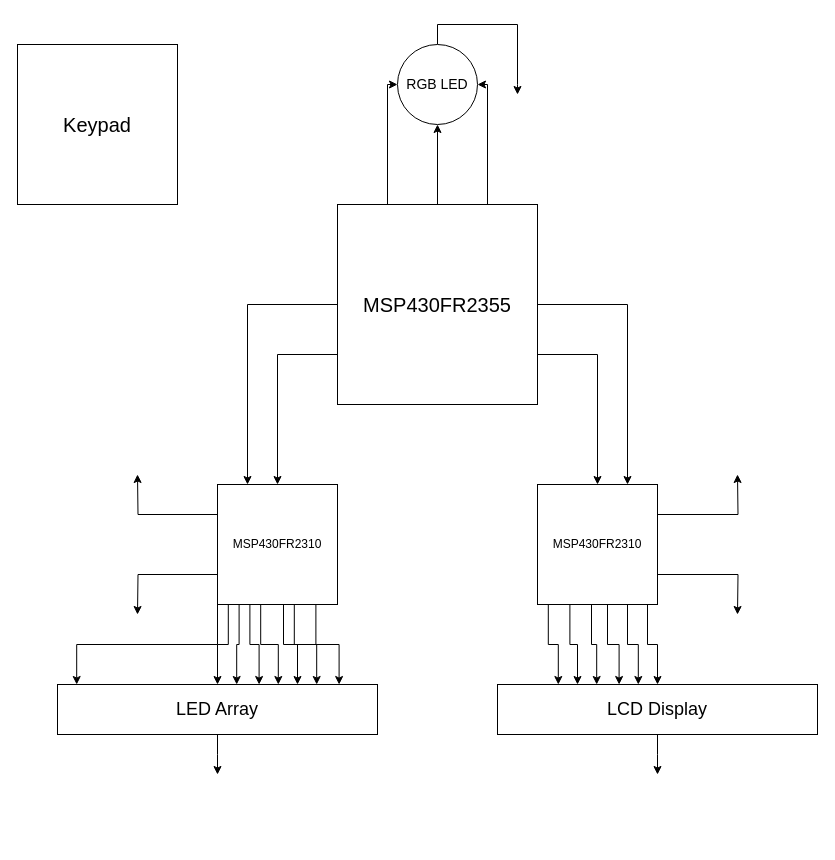
The draw.io diagram docs/Project4_CircuitDiagram.drawio in msu-eele-465/project4-jack-matt, before the edit. Source tidied: cells renumbered, new cells numbered last; positions are measured from the earlier drawing's top-left corner, leaving out a move shared by most shapes. Both pictures are drawn from the tidied source at 100%, with x=0, y=0 at pixel (17, 24).
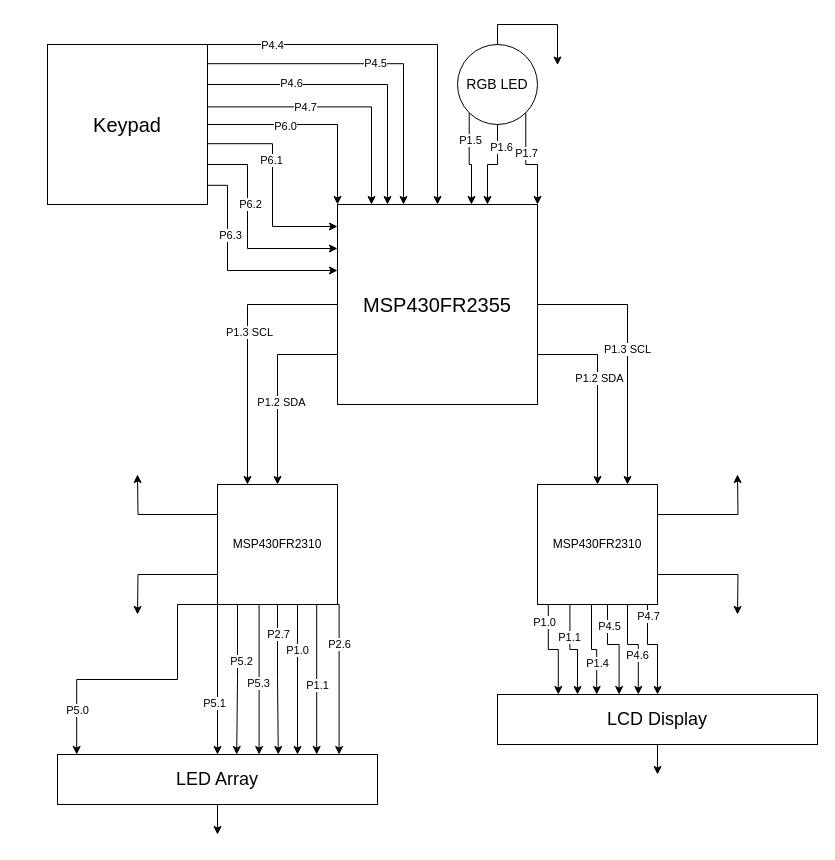
Above is the later version.

Commit message:
Final circuit diagram

The change refers to these unchanged cells:
```xml
<mxCell id="2" style="edgeStyle=orthogonalEdgeStyle;rounded=0;jettySize=auto;html=1;exitX=0;exitY=0.75;exitDx=0;exitDy=0;" parent="1" edge="1" source="9" target="17">
  <mxGeometry relative="1" as="geometry" />
</mxCell>
<mxCell id="3" style="edgeStyle=orthogonalEdgeStyle;rounded=0;jettySize=auto;html=1;exitX=0;exitY=0.5;exitDx=0;exitDy=0;entryX=0.25;entryY=0;entryDx=0;entryDy=0;" parent="1" edge="1" source="9" target="17">
  <mxGeometry relative="1" as="geometry" />
</mxCell>
<mxCell id="4" style="edgeStyle=orthogonalEdgeStyle;rounded=0;jettySize=auto;html=1;exitX=1;exitY=0.75;exitDx=0;exitDy=0;" parent="1" edge="1" source="9" target="13">
  <mxGeometry relative="1" as="geometry" />
</mxCell>
<mxCell id="12" style="edgeStyle=orthogonalEdgeStyle;rounded=0;jettySize=auto;html=1;exitX=0.82;exitY=1;exitDx=0;exitDy=0;exitPerimeter=0;" parent="1" edge="1" source="13" target="19">
  <mxGeometry relative="1" as="geometry">
    <Array as="points">
      <mxPoint x="630" y="580" />
      <mxPoint x="630" y="620" />
      <mxPoint x="640" y="620" />
    </Array>
  </mxGeometry>
</mxCell>
<mxCell id="13" value="MSP430FR2310" style="whiteSpace=wrap;html=1;points=[[0,0,0,0,0],[0,0.25,0,0,0],[0,0.5,0,0,0],[0,0.75,0,0,0],[0,1,0,0,0],[0.09,1,0,0,0],[0.18,1,0,0,0],[0.25,0,0,0,0],[0.25,1,0,0,0],[0.27,1,0,0,0],[0.36,1,0,0,0],[0.45,1,0,0,0],[0.5,0,0,0,0],[0.5,1,0,0,0],[0.55,1,0,0,0],[0.64,1,0,0,0],[0.73,1,0,0,0],[0.75,0,0,0,0],[0.75,1,0,0,0],[0.82,1,0,0,0],[0.91,1,0,0,0],[1,0,0,0,0],[1,0.25,0,0,0],[1,0.5,0,0,0],[1,0.75,0,0,0],[1,1,0,0,0]];" parent="1" vertex="1">
  <mxGeometry x="520" y="460" width="120" height="120" as="geometry" />
</mxCell>
<mxCell id="17" value="MSP430FR2310" style="whiteSpace=wrap;html=1;points=[[0,0,0,0,0],[0,0.25,0,0,0],[0,0.5,0,0,0],[0,0.75,0,0,0],[0,1,0,0,0],[0.09,1,0,0,0],[0.18,1,0,0,0],[0.25,0,0,0,0],[0.25,1,0,0,0],[0.27,1,0,0,0],[0.36,1,0,0,0],[0.45,1,0,0,0],[0.5,0,0,0,0],[0.5,1,0,0,0],[0.55,1,0,0,0],[0.64,1,0,0,0],[0.73,1,0,0,0],[0.75,0,0,0,0],[0.75,1,0,0,0],[0.82,1,0,0,0],[0.91,1,0,0,0],[1,0,0,0,0],[1,0.25,0,0,0],[1,0.5,0,0,0],[1,0.75,0,0,0],[1,1,0,0,0]];" parent="1" vertex="1">
  <mxGeometry x="200" y="460" width="120" height="120" as="geometry" />
</mxCell>
<mxCell id="24" style="edgeStyle=orthogonalEdgeStyle;rounded=0;jettySize=auto;html=1;exitX=0.09;exitY=1;exitDx=0;exitDy=0;exitPerimeter=0;entryX=0.19;entryY=0;entryDx=0;entryDy=0;entryPerimeter=0;" parent="1" edge="1" source="13" target="19">
  <mxGeometry relative="1" as="geometry" />
</mxCell>
<mxCell id="25" style="edgeStyle=orthogonalEdgeStyle;rounded=0;jettySize=auto;html=1;exitX=0.27;exitY=1;exitDx=0;exitDy=0;exitPerimeter=0;entryX=0.25;entryY=0;entryDx=0;entryDy=0;entryPerimeter=0;" parent="1" edge="1" source="13" target="19">
  <mxGeometry relative="1" as="geometry" />
</mxCell>
<mxCell id="26" style="edgeStyle=orthogonalEdgeStyle;rounded=0;jettySize=auto;html=1;exitX=0.45;exitY=1;exitDx=0;exitDy=0;exitPerimeter=0;entryX=0.31;entryY=0;entryDx=0;entryDy=0;entryPerimeter=0;" parent="1" edge="1" source="13" target="19">
  <mxGeometry relative="1" as="geometry" />
</mxCell>
<mxCell id="27" style="edgeStyle=orthogonalEdgeStyle;rounded=0;jettySize=auto;html=1;exitX=0.64;exitY=1;exitDx=0;exitDy=0;exitPerimeter=0;entryX=0.38;entryY=0;entryDx=0;entryDy=0;entryPerimeter=0;" parent="1" edge="1" source="13" target="19">
  <mxGeometry relative="1" as="geometry">
    <Array as="points">
      <mxPoint x="590" y="580" />
      <mxPoint x="590" y="620" />
      <mxPoint x="602" y="620" />
    </Array>
  </mxGeometry>
</mxCell>
<mxCell id="28" style="edgeStyle=orthogonalEdgeStyle;rounded=0;jettySize=auto;html=1;exitX=0.73;exitY=1;exitDx=0;exitDy=0;exitPerimeter=0;entryX=0.44;entryY=0;entryDx=0;entryDy=0;entryPerimeter=0;" parent="1" edge="1" source="13" target="19">
  <mxGeometry relative="1" as="geometry">
    <Array as="points">
      <mxPoint x="610" y="580" />
      <mxPoint x="610" y="620" />
      <mxPoint x="621" y="620" />
    </Array>
  </mxGeometry>
</mxCell>
```

Diff of the diagram source:
```diff
@@
+    <mxCell id="37" value="P1.2 SDA" style="edgeLabel;html=1;align=center;verticalAlign=middle;" parent="2" vertex="1">
+      <mxGeometry x="0.13" y="3" relative="1" as="geometry" />
+    </mxCell>
@@
+    <mxCell id="38" value="P1.3 SCL" style="edgeLabel;html=1;align=center;verticalAlign=middle;" parent="3" vertex="1">
+      <mxGeometry x="-0.13" y="1" relative="1" as="geometry" />
+    </mxCell>
@@
+    <mxCell id="39" value="P1.2 SDA" style="edgeLabel;html=1;align=center;verticalAlign=middle;" parent="4" vertex="1">
+      <mxGeometry x="-0.13" y="1" relative="1" as="geometry" />
+    </mxCell>
-    <mxCell id="5" style="edgeStyle=orthogonalEdgeStyle;rounded=0;jettySize=auto;html=1;exitX=1;exitY=0.5;exitDx=0;exitDy=0;entryX=0.75;entryY=0;entryDx=0;entryDy=0;" parent="1" edge="1" source="9" target="13">
+    <mxCell id="5" value="P1.3 SCL" style="edgeStyle=orthogonalEdgeStyle;rounded=0;jettySize=auto;html=1;exitX=1;exitY=0.5;exitDx=0;exitDy=0;entryX=0.75;entryY=0;entryDx=0;entryDy=0;" parent="1" edge="1" source="9" target="13">
       <mxGeometry relative="1" as="geometry" />
     </mxCell>
-    <mxCell id="6" style="edgeStyle=orthogonalEdgeStyle;rounded=0;jettySize=auto;html=1;exitX=0.5;exitY=0;exitDx=0;exitDy=0;entryX=0.5;entryY=1;entryDx=0;entryDy=0;" parent="1" edge="1" source="9" target="21">
-      <mxGeometry relative="1" as="geometry" />
-    </mxCell>
-    <mxCell id="7" style="edgeStyle=orthogonalEdgeStyle;rounded=0;jettySize=auto;html=1;exitX=0.75;exitY=0;exitDx=0;exitDy=0;entryX=1;entryY=0.5;entryDx=0;entryDy=0;" parent="1" edge="1" source="9" target="21">
-      <mxGeometry relative="1" as="geometry">
-        <Array as="points">
-          <mxPoint x="470" y="60" />
-        </Array>
-      </mxGeometry>
-    </mxCell>
-    <mxCell id="8" style="edgeStyle=orthogonalEdgeStyle;rounded=0;jettySize=auto;html=1;exitX=0.25;exitY=0;exitDx=0;exitDy=0;entryX=0;entryY=0.5;entryDx=0;entryDy=0;" parent="1" edge="1" source="9" target="21">
-      <mxGeometry relative="1" as="geometry">
-        <Array as="points">
-          <mxPoint x="370" y="60" />
-        </Array>
-      </mxGeometry>
-    </mxCell>
-    <mxCell id="9" value="&lt;font style=&quot;font-size: 20px;&quot;&gt;MSP430FR2355&lt;/font&gt;" style="whiteSpace=wrap;html=1;" parent="1" vertex="1">
+    <mxCell id="9" value="&lt;font style=&quot;font-size: 20px;&quot;&gt;MSP430FR2355&lt;/font&gt;" style="whiteSpace=wrap;html=1;points=[[0,0,0,0,0],[0,0.11,0,0,0],[0,0.22,0,0,0],[0,0.25,0,0,0],[0,0.33,0,0,0],[0,0.44,0,0,0],[0,0.5,0,0,0],[0,0.56,0,0,0],[0,0.67,0,0,0],[0,0.75,0,0,0],[0,0.78,0,0,0],[0,0.89,0,0,0],[0,1,0,0,0],[0.17,0,0,0,0],[0.25,0,0,0,0],[0.25,1,0,0,0],[0.33,0,0,0,0],[0.5,0,0,0,0],[0.5,1,0,0,0],[0.67,0,0,0,0],[0.75,0,0,0,0],[0.75,1,0,0,0],[0.83,0,0,0,0],[1,0,0,0,0],[1,0.25,0,0,0],[1,0.5,0,0,0],[1,0.75,0,0,0],[1,1,0,0,0]];" parent="1" vertex="1">
       <mxGeometry x="320" y="180" width="200" height="200" as="geometry" />
     </mxCell>
@@
+    <mxCell id="40" value="P4.7" style="edgeLabel;html=1;align=center;verticalAlign=middle;" parent="12" vertex="1">
+      <mxGeometry x="-0.58" relative="1" as="geometry" />
+    </mxCell>
@@
     <mxCell id="16" style="edgeStyle=orthogonalEdgeStyle;rounded=0;jettySize=auto;html=1;exitX=0.09;exitY=1;exitDx=0;exitDy=0;exitPerimeter=0;" parent="1" edge="1" source="17" target="23">
-      <mxGeometry relative="1" as="geometry" />
+      <mxGeometry relative="1" as="geometry">
+        <Array as="points">
+          <mxPoint x="200" y="580" />
+        </Array>
+      </mxGeometry>
     </mxCell>
+    <mxCell id="41" value="P5.1" style="edgeLabel;html=1;align=center;verticalAlign=middle;" parent="16" vertex="1">
+      <mxGeometry x="0.35" y="-4" relative="1" as="geometry" />
+    </mxCell>
@@
     <mxCell id="19" value="&lt;font style=&quot;font-size: 18px;&quot;&gt;LCD Display&lt;/font&gt;" style="rounded=0;whiteSpace=wrap;html=1;points=[[0,0,0,0,0],[0,0.25,0,0,0],[0,0.5,0,0,0],[0,0.75,0,0,0],[0,1,0,0,0],[0.06,0,0,0,0],[0.13,0,0,0,0],[0.19,0,0,0,0],[0.25,0,0,0,0],[0.25,1,0,0,0],[0.31,0,0,0,0],[0.38,0,0,0,0],[0.44,0,0,0,0],[0.5,0,0,0,0],[0.5,1,0,0,0],[0.56,0,0,0,0],[0.63,0,0,0,0],[0.69,0,0,0,0],[0.75,0,0,0,0],[0.75,1,0,0,0],[0.81,0,0,0,0],[0.88,0,0,0,0],[0.94,0,0,0,0],[1,0,0,0,0],[1,0.25,0,0,0],[1,0.5,0,0,0],[1,0.75,0,0,0],[1,1,0,0,0]];" parent="1" vertex="1">
-      <mxGeometry x="480" y="660" width="320" height="50" as="geometry" />
+      <mxGeometry x="480" y="670" width="320" height="50" as="geometry" />
     </mxCell>
-    <mxCell id="20" style="edgeStyle=orthogonalEdgeStyle;rounded=0;jettySize=auto;html=1;exitX=0.5;exitY=0;exitDx=0;exitDy=0;" parent="1" edge="1" source="21">
-      <mxGeometry relative="1" as="geometry">
-        <mxPoint x="500" y="70" as="targetPoint" />
-        <Array as="points">
-          <mxPoint x="420" />
-          <mxPoint x="500" />
-          <mxPoint x="500" y="60" />
-        </Array>
-      </mxGeometry>
-    </mxCell>
+    <mxCell id="42" style="edgeStyle=orthogonalEdgeStyle;rounded=0;jettySize=auto;html=1;exitX=0.5;exitY=0;exitDx=0;exitDy=0;" parent="1" edge="1" source="21">
+      <mxGeometry relative="1" as="geometry">
+        <mxPoint x="540" y="40" as="targetPoint" />
+      </mxGeometry>
+    </mxCell>
     <mxCell id="21" value="&lt;font style=&quot;font-size: 14px;&quot;&gt;RGB LED&lt;/font&gt;" style="ellipse;whiteSpace=wrap;html=1;" parent="1" vertex="1">
-      <mxGeometry x="380" y="20" width="80" height="80" as="geometry" />
+      <mxGeometry x="440" y="20" width="80" height="80" as="geometry" />
     </mxCell>
@@
+    <mxCell id="43" style="edgeStyle=orthogonalEdgeStyle;rounded=0;jettySize=auto;html=1;exitX=0.5;exitY=1;exitDx=0;exitDy=0;exitPerimeter=0;" parent="1" edge="1" source="23">
+      <mxGeometry relative="1" as="geometry">
+        <mxPoint x="200" y="810" as="targetPoint" />
+      </mxGeometry>
+    </mxCell>
     <mxCell id="23" value="&lt;font style=&quot;font-size: 18px;&quot;&gt;LED Array&lt;/font&gt;" style="rounded=0;whiteSpace=wrap;html=1;points=[[0,0,0,0,0],[0,0.25,0,0,0],[0,0.5,0,0,0],[0,0.75,0,0,0],[0,1,0,0,0],[0.06,0,0,0,0],[0.13,0,0,0,0],[0.19,0,0,0,0],[0.25,0,0,0,0],[0.25,1,0,0,0],[0.31,0,0,0,0],[0.38,0,0,0,0],[0.44,0,0,0,0],[0.5,0,0,0,0],[0.5,1,0,0,0],[0.56,0,0,0,0],[0.63,0,0,0,0],[0.69,0,0,0,0],[0.75,0,0,0,0],[0.75,1,0,0,0],[0.81,0,0,0,0],[0.88,0,0,0,0],[0.94,0,0,0,0],[1,0,0,0,0],[1,0.25,0,0,0],[1,0.5,0,0,0],[1,0.75,0,0,0],[1,1,0,0,0]];" parent="1" vertex="1">
-      <mxGeometry x="40" y="660" width="320" height="50" as="geometry" />
+      <mxGeometry x="40" y="730" width="320" height="50" as="geometry" />
     </mxCell>
@@
+    <mxCell id="44" value="P1.0" style="edgeLabel;html=1;align=center;verticalAlign=middle;" parent="24" vertex="1">
+      <mxGeometry x="-0.66" y="-4" relative="1" as="geometry" />
+    </mxCell>
@@
+    <mxCell id="45" value="P1.1" style="edgeLabel;html=1;align=center;verticalAlign=middle;" parent="25" vertex="1">
+      <mxGeometry x="-0.34" y="-1" relative="1" as="geometry" />
+    </mxCell>
@@
+    <mxCell id="46" value="P1.4" style="edgeLabel;html=1;align=center;verticalAlign=middle;" parent="26" vertex="1">
+      <mxGeometry x="0.35" relative="1" as="geometry" />
+    </mxCell>
@@
+    <mxCell id="47" value="P4.5" style="edgeLabel;html=1;align=center;verticalAlign=middle;" parent="27" vertex="1">
+      <mxGeometry x="-0.49" y="1" relative="1" as="geometry" />
+    </mxCell>
@@
+    <mxCell id="48" value="P4.6" style="edgeLabel;html=1;align=center;verticalAlign=middle;" parent="28" vertex="1">
+      <mxGeometry x="0.24" y="-1" relative="1" as="geometry" />
+    </mxCell>
     <mxCell id="29" style="edgeStyle=orthogonalEdgeStyle;rounded=0;jettySize=auto;html=1;exitX=0;exitY=1;exitDx=0;exitDy=0;exitPerimeter=0;entryX=0.06;entryY=0;entryDx=0;entryDy=0;entryPerimeter=0;" parent="1" edge="1" source="17" target="23">
-      <mxGeometry relative="1" as="geometry" />
+      <mxGeometry relative="1" as="geometry">
+        <Array as="points">
+          <mxPoint x="160" y="580" />
+          <mxPoint x="160" y="655" />
+          <mxPoint x="59" y="655" />
+        </Array>
+      </mxGeometry>
     </mxCell>
+    <mxCell id="49" value="P5.0" style="edgeLabel;html=1;align=center;verticalAlign=middle;" parent="29" vertex="1">
+      <mxGeometry x="0.69" relative="1" as="geometry" />
+    </mxCell>
     <mxCell id="30" style="edgeStyle=orthogonalEdgeStyle;rounded=0;jettySize=auto;html=1;exitX=0.18;exitY=1;exitDx=0;exitDy=0;exitPerimeter=0;entryX=0.56;entryY=0;entryDx=0;entryDy=0;entryPerimeter=0;" parent="1" edge="1" source="17" target="23">
-      <mxGeometry relative="1" as="geometry" />
+      <mxGeometry relative="1" as="geometry">
+        <Array as="points">
+          <mxPoint x="220" y="580" />
+          <mxPoint x="220" y="655" />
+        </Array>
+      </mxGeometry>
     </mxCell>
+    <mxCell id="50" value="P5.2" style="edgeLabel;html=1;align=center;verticalAlign=middle;" parent="30" vertex="1">
+      <mxGeometry x="-0.24" y="3" relative="1" as="geometry" />
+    </mxCell>
     <mxCell id="31" style="edgeStyle=orthogonalEdgeStyle;rounded=0;jettySize=auto;html=1;exitX=0.27;exitY=1;exitDx=0;exitDy=0;exitPerimeter=0;entryX=0.63;entryY=0;entryDx=0;entryDy=0;entryPerimeter=0;" parent="1" edge="1" source="17" target="23">
-      <mxGeometry relative="1" as="geometry" />
+      <mxGeometry relative="1" as="geometry">
+        <Array as="points">
+          <mxPoint x="242" y="580" />
+        </Array>
+      </mxGeometry>
     </mxCell>
+    <mxCell id="51" value="P5.3" style="edgeLabel;html=1;align=center;verticalAlign=middle;" parent="31" vertex="1">
+      <mxGeometry x="0.11" y="-1" relative="1" as="geometry" />
+    </mxCell>
     <mxCell id="32" style="edgeStyle=orthogonalEdgeStyle;rounded=0;jettySize=auto;html=1;exitX=0.36;exitY=1;exitDx=0;exitDy=0;exitPerimeter=0;entryX=0.69;entryY=0;entryDx=0;entryDy=0;entryPerimeter=0;" parent="1" edge="1" source="17" target="23">
-      <mxGeometry relative="1" as="geometry" />
+      <mxGeometry relative="1" as="geometry">
+        <Array as="points">
+          <mxPoint x="260" y="580" />
+          <mxPoint x="260" y="655" />
+        </Array>
+      </mxGeometry>
     </mxCell>
+    <mxCell id="52" value="P2.7" style="edgeLabel;html=1;align=center;verticalAlign=middle;" parent="32" vertex="1">
+      <mxGeometry x="-0.45" relative="1" as="geometry" />
+    </mxCell>
     <mxCell id="33" style="edgeStyle=orthogonalEdgeStyle;rounded=0;jettySize=auto;html=1;exitX=0.55;exitY=1;exitDx=0;exitDy=0;exitPerimeter=0;entryX=0.75;entryY=0;entryDx=0;entryDy=0;entryPerimeter=0;" parent="1" edge="1" source="17" target="23">
-      <mxGeometry relative="1" as="geometry" />
+      <mxGeometry relative="1" as="geometry">
+        <Array as="points">
+          <mxPoint x="280" y="580" />
+        </Array>
+      </mxGeometry>
     </mxCell>
+    <mxCell id="53" value="P1.0" style="edgeLabel;html=1;align=center;verticalAlign=middle;" parent="33" vertex="1">
+      <mxGeometry x="-0.28" y="-1" relative="1" as="geometry" />
+    </mxCell>
     <mxCell id="34" style="edgeStyle=orthogonalEdgeStyle;rounded=0;jettySize=auto;html=1;exitX=0.64;exitY=1;exitDx=0;exitDy=0;exitPerimeter=0;entryX=0.81;entryY=0;entryDx=0;entryDy=0;entryPerimeter=0;" parent="1" edge="1" source="17" target="23">
-      <mxGeometry relative="1" as="geometry" />
+      <mxGeometry relative="1" as="geometry">
+        <Array as="points">
+          <mxPoint x="299" y="580" />
+        </Array>
+      </mxGeometry>
     </mxCell>
+    <mxCell id="54" value="P1.1" style="edgeLabel;html=1;align=center;verticalAlign=middle;" parent="34" vertex="1">
+      <mxGeometry x="0.2" relative="1" as="geometry" />
+    </mxCell>
     <mxCell id="35" style="edgeStyle=orthogonalEdgeStyle;rounded=0;jettySize=auto;html=1;exitX=0.82;exitY=1;exitDx=0;exitDy=0;exitPerimeter=0;entryX=0.88;entryY=0;entryDx=0;entryDy=0;entryPerimeter=0;" parent="1" edge="1" source="17" target="23">
-      <mxGeometry relative="1" as="geometry" />
+      <mxGeometry relative="1" as="geometry">
+        <Array as="points">
+          <mxPoint x="322" y="580" />
+        </Array>
+      </mxGeometry>
     </mxCell>
+    <mxCell id="55" value="P2.6" style="edgeLabel;html=1;align=center;verticalAlign=middle;" parent="35" vertex="1">
+      <mxGeometry x="-0.27" relative="1" as="geometry" />
+    </mxCell>
-    <mxCell id="36" value="&lt;font style=&quot;font-size: 20px;&quot;&gt;Keypad&lt;/font&gt;" style="whiteSpace=wrap;html=1;" parent="1" vertex="1">
-      <mxGeometry y="20" width="160" height="160" as="geometry" />
+    <mxCell id="36" value="&lt;font style=&quot;font-size: 20px;&quot;&gt;Keypad&lt;/font&gt;" style="whiteSpace=wrap;html=1;points=[[0,0,0,0,0],[0,0.25,0,0,0],[0,0.5,0,0,0],[0,0.75,0,0,0],[0,1,0,0,0],[0.25,0,0,0,0],[0.25,1,0,0,0],[0.5,0,0,0,0],[0.5,1,0,0,0],[0.75,0,0,0,0],[0.75,1,0,0,0],[1,0,0,0,0],[1,0.12,0,0,0],[1,0.25,0,0,0],[1,0.39,0,0,0],[1,0.5,0,0,0],[1,0.62,0,0,0],[1,0.75,0,0,0],[1,0.88,0,0,0],[1,1,0,0,0]];" parent="1" vertex="1">
+      <mxGeometry x="30" y="20" width="160" height="160" as="geometry" />
     </mxCell>
+    <mxCell id="56" style="edgeStyle=orthogonalEdgeStyle;rounded=0;jettySize=auto;html=1;exitX=0;exitY=1;exitDx=0;exitDy=0;entryX=0.67;entryY=0;entryDx=0;entryDy=0;entryPerimeter=0;" parent="1" edge="1" source="21" target="9">
+      <mxGeometry relative="1" as="geometry" />
+    </mxCell>
+    <mxCell id="57" value="P1.5" style="edgeLabel;html=1;align=center;verticalAlign=middle;" parent="56" vertex="1">
+      <mxGeometry x="-0.43" y="1" relative="1" as="geometry" />
+    </mxCell>
+    <mxCell id="58" style="edgeStyle=orthogonalEdgeStyle;rounded=0;jettySize=auto;html=1;exitX=0.5;exitY=1;exitDx=0;exitDy=0;entryX=0.75;entryY=0;entryDx=0;entryDy=0;entryPerimeter=0;" parent="1" edge="1" source="21" target="9">
+      <mxGeometry relative="1" as="geometry" />
+    </mxCell>
+    <mxCell id="59" value="P1.6" style="edgeLabel;html=1;align=center;verticalAlign=middle;" parent="58" vertex="1">
+      <mxGeometry x="-0.51" y="3" relative="1" as="geometry" />
+    </mxCell>
+    <mxCell id="60" style="edgeStyle=orthogonalEdgeStyle;rounded=0;jettySize=auto;html=1;exitX=1;exitY=1;exitDx=0;exitDy=0;entryX=1;entryY=0;entryDx=0;entryDy=0;entryPerimeter=0;" parent="1" edge="1" source="21" target="9">
+      <mxGeometry relative="1" as="geometry" />
+    </mxCell>
+    <mxCell id="61" value="P1.7" style="edgeLabel;html=1;align=center;verticalAlign=middle;" parent="60" vertex="1">
+      <mxGeometry x="-0.23" relative="1" as="geometry" />
+    </mxCell>
+    <mxCell id="62" style="edgeStyle=orthogonalEdgeStyle;rounded=0;jettySize=auto;html=1;exitX=1;exitY=0;exitDx=0;exitDy=0;exitPerimeter=0;entryX=0.5;entryY=0;entryDx=0;entryDy=0;entryPerimeter=0;" parent="1" edge="1" source="36" target="9">
+      <mxGeometry relative="1" as="geometry">
+        <Array as="points">
+          <mxPoint x="420" y="20" />
+        </Array>
+      </mxGeometry>
+    </mxCell>
+    <mxCell id="63" value="P4.4" style="edgeLabel;html=1;align=center;verticalAlign=middle;" parent="62" vertex="1">
+      <mxGeometry x="-0.67" relative="1" as="geometry" />
+    </mxCell>
+    <mxCell id="64" value="P4.5" style="edgeStyle=orthogonalEdgeStyle;rounded=0;jettySize=auto;html=1;exitX=1;exitY=0.12;exitDx=0;exitDy=0;exitPerimeter=0;entryX=0.33;entryY=0;entryDx=0;entryDy=0;entryPerimeter=0;" parent="1" edge="1" source="36" target="9">
+      <mxGeometry relative="1" as="geometry" />
+    </mxCell>
+    <mxCell id="65" style="edgeStyle=orthogonalEdgeStyle;rounded=0;jettySize=auto;html=1;exitX=1;exitY=0.25;exitDx=0;exitDy=0;exitPerimeter=0;entryX=0.25;entryY=0;entryDx=0;entryDy=0;entryPerimeter=0;" parent="1" edge="1" source="36" target="9">
+      <mxGeometry relative="1" as="geometry" />
+    </mxCell>
+    <mxCell id="66" value="P4.6" style="edgeLabel;html=1;align=center;verticalAlign=middle;" parent="65" vertex="1">
+      <mxGeometry x="-0.45" y="2" relative="1" as="geometry" />
+    </mxCell>
+    <mxCell id="67" style="edgeStyle=orthogonalEdgeStyle;rounded=0;jettySize=auto;html=1;exitX=1;exitY=0.39;exitDx=0;exitDy=0;exitPerimeter=0;entryX=0.17;entryY=0;entryDx=0;entryDy=0;entryPerimeter=0;" parent="1" edge="1" source="36" target="9">
+      <mxGeometry relative="1" as="geometry" />
+    </mxCell>
+    <mxCell id="68" value="P4.7" style="edgeLabel;html=1;align=center;verticalAlign=middle;" parent="67" vertex="1">
+      <mxGeometry x="-0.26" relative="1" as="geometry" />
+    </mxCell>
+    <mxCell id="69" style="edgeStyle=orthogonalEdgeStyle;rounded=0;jettySize=auto;html=1;exitX=1;exitY=0.5;exitDx=0;exitDy=0;exitPerimeter=0;entryX=0;entryY=0;entryDx=0;entryDy=0;entryPerimeter=0;" parent="1" edge="1" source="36" target="9">
+      <mxGeometry relative="1" as="geometry" />
+    </mxCell>
+    <mxCell id="70" value="P6.0" style="edgeLabel;html=1;align=center;verticalAlign=middle;" parent="69" vertex="1">
+      <mxGeometry x="-0.27" y="-1" relative="1" as="geometry" />
+    </mxCell>
+    <mxCell id="71" style="edgeStyle=orthogonalEdgeStyle;rounded=0;jettySize=auto;html=1;exitX=1;exitY=0.62;exitDx=0;exitDy=0;exitPerimeter=0;entryX=0;entryY=0.11;entryDx=0;entryDy=0;entryPerimeter=0;" parent="1" edge="1" source="36" target="9">
+      <mxGeometry relative="1" as="geometry" />
+    </mxCell>
+    <mxCell id="72" value="P6.1" style="edgeLabel;html=1;align=center;verticalAlign=middle;" parent="71" vertex="1">
+      <mxGeometry x="-0.24" y="-2" relative="1" as="geometry" />
+    </mxCell>
+    <mxCell id="73" style="edgeStyle=orthogonalEdgeStyle;rounded=0;jettySize=auto;html=1;exitX=1;exitY=0.75;exitDx=0;exitDy=0;exitPerimeter=0;entryX=0;entryY=0.22;entryDx=0;entryDy=0;entryPerimeter=0;" parent="1" edge="1" source="36" target="9">
+      <mxGeometry relative="1" as="geometry">
+        <Array as="points">
+          <mxPoint x="230" y="140" />
+          <mxPoint x="230" y="224" />
+        </Array>
+      </mxGeometry>
+    </mxCell>
+    <mxCell id="74" value="P6.2" style="edgeLabel;html=1;align=center;verticalAlign=middle;" parent="73" vertex="1">
+      <mxGeometry x="-0.26" y="2" relative="1" as="geometry" />
+    </mxCell>
+    <mxCell id="75" style="edgeStyle=orthogonalEdgeStyle;rounded=0;jettySize=auto;html=1;exitX=1;exitY=0.88;exitDx=0;exitDy=0;exitPerimeter=0;entryX=0;entryY=0.33;entryDx=0;entryDy=0;entryPerimeter=0;" parent="1" edge="1" source="36" target="9">
+      <mxGeometry relative="1" as="geometry">
+        <Array as="points">
+          <mxPoint x="210" y="161" />
+          <mxPoint x="210" y="246" />
+        </Array>
+      </mxGeometry>
+    </mxCell>
+    <mxCell id="76" value="P6.3" style="edgeLabel;html=1;align=center;verticalAlign=middle;" parent="75" vertex="1">
+      <mxGeometry x="-0.35" y="2" relative="1" as="geometry" />
+    </mxCell>
```
